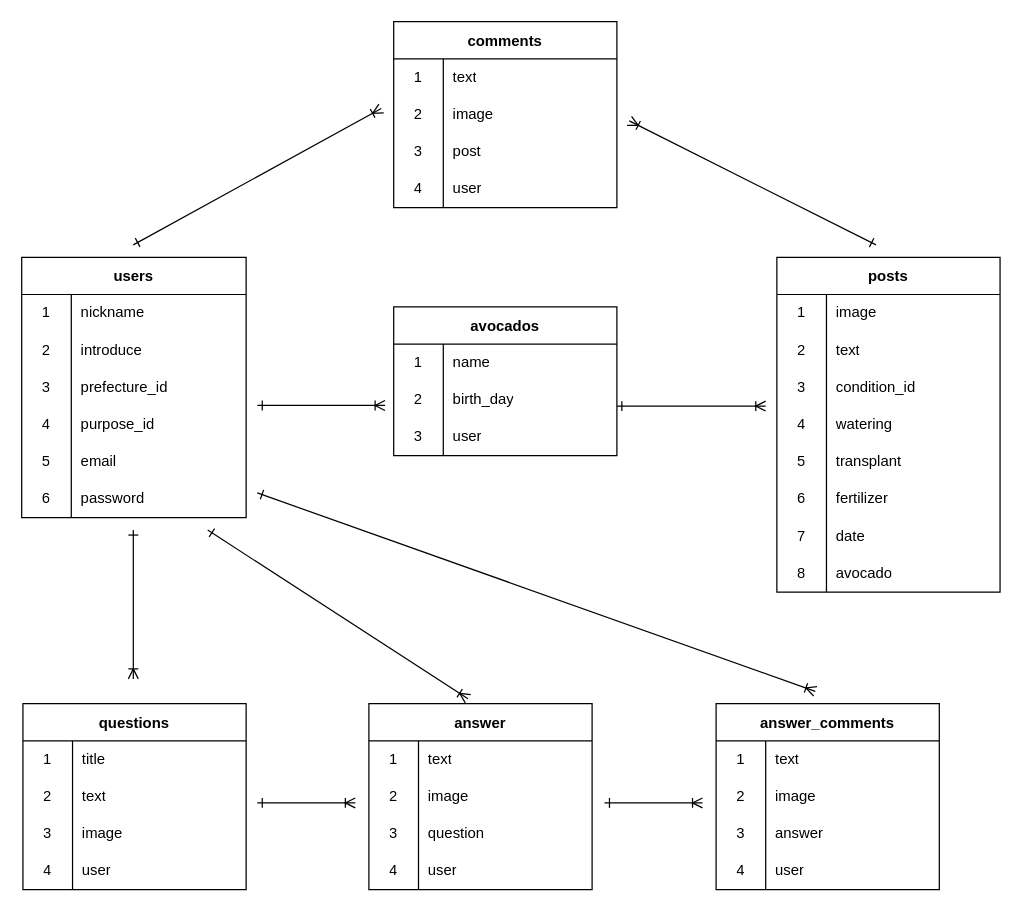
The draw.io diagram db_create.dio in keei0920/avocado-circle, before the edit. Source tidied: cells renumbered, new cells numbered last; positions are measured from the earlier drawing's top-left corner, leaving out a move shared by most shapes. Both pictures are drawn from the tidied source at 124%, with x=0, y=0 at pixel (21, 21).
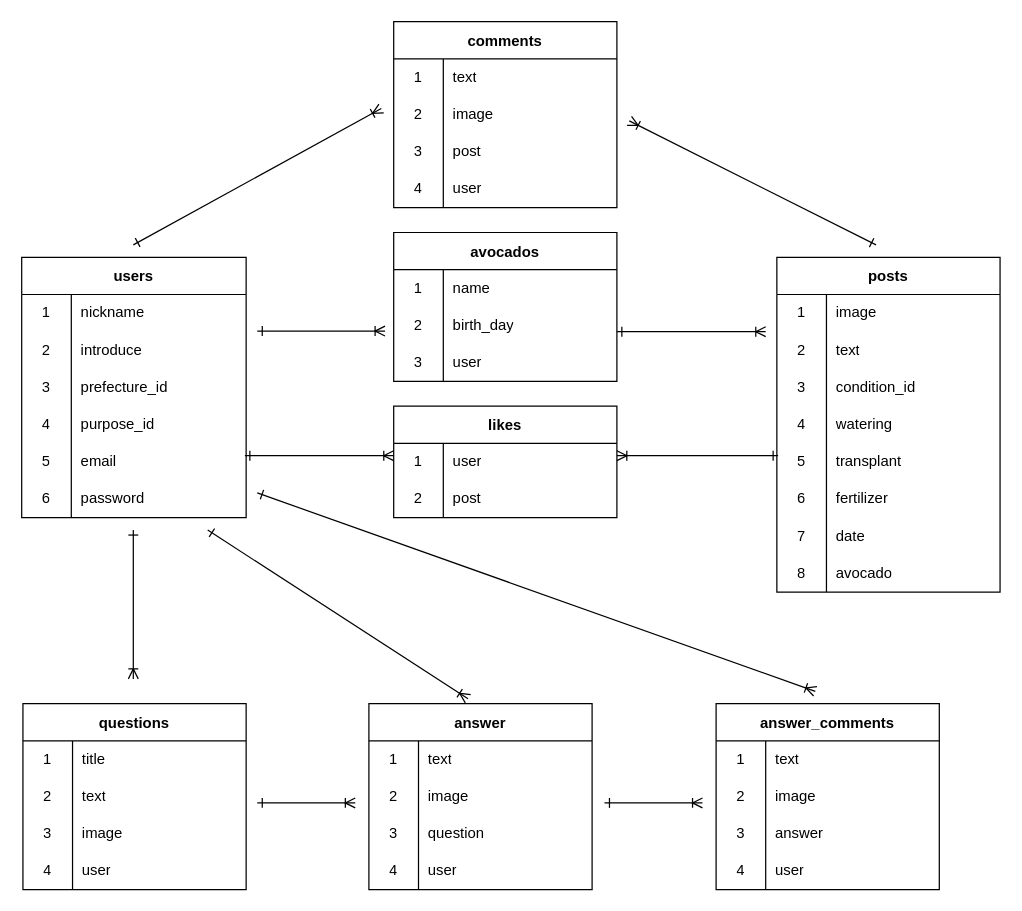
The same diagram, later.

What changed in the source:
```diff
@@
     <mxCell id="21" value="avocados" style="shape=table;startSize=30;childLayout=tableLayout;rowLines=0;fontStyle=1;" parent="1" vertex="1">
-      <mxGeometry x="300" y="230" width="180" height="120" as="geometry" />
+      <mxGeometry x="300" y="170" width="180" height="120" as="geometry" />
     </mxCell>
@@
     <mxCell id="95" style="line;strokeWidth=2;html=1;strokeColor=none;" parent="1" vertex="1">
-      <mxGeometry x="320" y="240" width="160" height="10" as="geometry" />
+      <mxGeometry x="320" y="230" width="160" height="10" as="geometry" />
     </mxCell>
     <mxCell id="96" style="endArrow=ERoneToMany;html=1;startArrow=ERone;startFill=0;endFill=0;" parent="1" edge="1">
       <mxGeometry relative="1" as="geometry">
-        <mxPoint x="190" y="309.5" as="sourcePoint" />
-        <mxPoint x="293" y="309.5" as="targetPoint" />
+        <mxPoint x="190" y="249.5" as="sourcePoint" />
+        <mxPoint x="293" y="249.5" as="targetPoint" />
       </mxGeometry>
     </mxCell>
     <mxCell id="97" style="endArrow=ERoneToMany;html=1;startArrow=ERone;startFill=0;endFill=0;" parent="1" edge="1">
       <mxGeometry relative="1" as="geometry">
-        <mxPoint x="480" y="310" as="sourcePoint" />
-        <mxPoint x="600" y="310" as="targetPoint" />
+        <mxPoint x="480" y="250" as="sourcePoint" />
+        <mxPoint x="600" y="250" as="targetPoint" />
       </mxGeometry>
     </mxCell>
@@
+    <mxCell id="118" value="likes" style="shape=table;startSize=30;childLayout=tableLayout;rowLines=0;fontStyle=1;" parent="1" vertex="1">
+      <mxGeometry x="300" y="310" width="180" height="90" as="geometry" />
+    </mxCell>
+    <mxCell id="119" style="shape=tableRow;horizontal=0;startSize=0;swimlaneHead=0;swimlaneBody=0;top=0;left=0;bottom=0;right=0;fillColor=none;" parent="118" vertex="1">
+      <mxGeometry y="30" width="180" height="30" as="geometry" />
+    </mxCell>
+    <mxCell id="120" value="1" style="shape=partialRectangle;html=1;whiteSpace=wrap;fillColor=none;top=0;left=0;bottom=0;right=0;overflow=hidden;" parent="119" vertex="1">
+      <mxGeometry width="40" height="30" as="geometry" />
+    </mxCell>
+    <mxCell id="121" value="user" style="shape=partialRectangle;html=1;whiteSpace=wrap;fillColor=none;top=0;left=0;bottom=0;right=0;align=left;spacingLeft=6;overflow=hidden;" parent="119" vertex="1">
+      <mxGeometry x="40" width="140" height="30" as="geometry" />
+    </mxCell>
+    <mxCell id="122" style="shape=tableRow;horizontal=0;startSize=0;swimlaneHead=0;swimlaneBody=0;top=0;left=0;bottom=0;right=0;fillColor=none;" parent="118" vertex="1">
+      <mxGeometry y="60" width="180" height="30" as="geometry" />
+    </mxCell>
+    <mxCell id="123" value="2" style="shape=partialRectangle;html=1;whiteSpace=wrap;fillColor=none;top=0;left=0;bottom=0;right=0;overflow=hidden;" parent="122" vertex="1">
+      <mxGeometry width="40" height="30" as="geometry" />
+    </mxCell>
+    <mxCell id="124" value="post" style="shape=partialRectangle;html=1;whiteSpace=wrap;fillColor=none;top=0;left=0;bottom=0;right=0;align=left;spacingLeft=6;overflow=hidden;" parent="122" vertex="1">
+      <mxGeometry x="40" width="140" height="30" as="geometry" />
+    </mxCell>
+    <mxCell id="125" style="endArrow=ERoneToMany;html=1;startArrow=ERone;startFill=0;endFill=0;" parent="1" edge="1">
+      <mxGeometry relative="1" as="geometry">
+        <mxPoint x="180" y="350" as="sourcePoint" />
+        <mxPoint x="300" y="350" as="targetPoint" />
+      </mxGeometry>
+    </mxCell>
+    <mxCell id="126" style="endArrow=ERoneToMany;html=1;startArrow=ERone;startFill=0;endFill=0;" parent="1" edge="1">
+      <mxGeometry relative="1" as="geometry">
+        <mxPoint x="610" y="350" as="sourcePoint" />
+        <mxPoint x="480" y="350" as="targetPoint" />
+      </mxGeometry>
+    </mxCell>
```
